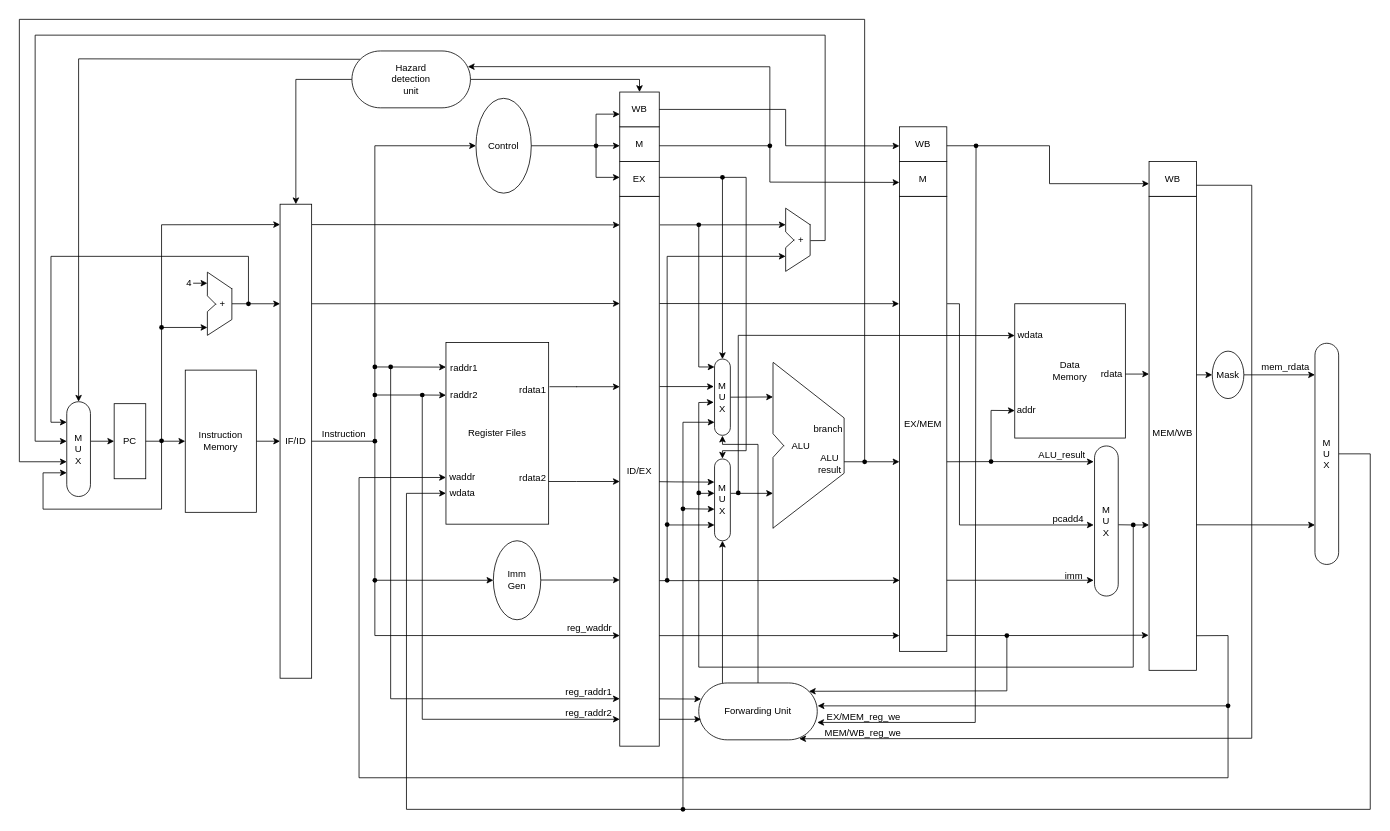
Before: CPU2.0 pipeline.drawio in Briarcresy/2026-IC-contest-JYD, a draw.io diagram. Source tidied: cells renumbered, new cells numbered last; positions are measured from the earlier drawing's top-left corner, leaving out a move shared by most shapes. Both pictures are drawn from the tidied source at 79%, with x=0, y=0 at pixel (19, 19).
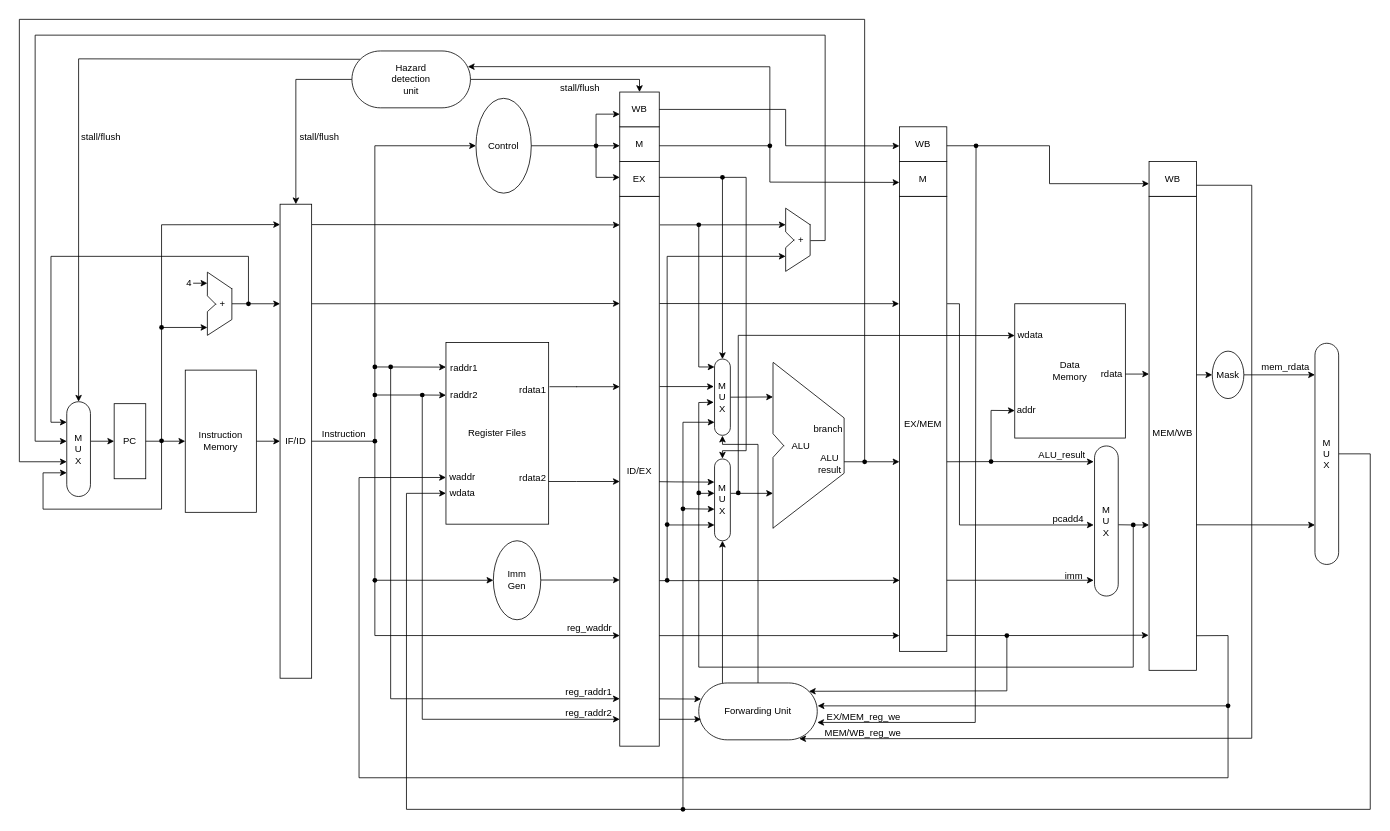
The same page after the edit.

What changed in the source:
```diff
@@
+    <mxCell id="194" value="stall/flush" style="text;strokeColor=none;align=center;fillColor=none;html=1;verticalAlign=middle;whiteSpace=wrap;rounded=0;" parent="1" vertex="1">
+      <mxGeometry x="350" y="139" width="60" height="20" as="geometry" />
+    </mxCell>
+    <mxCell id="195" value="stall/flush" style="text;strokeColor=none;align=center;fillColor=none;html=1;verticalAlign=middle;whiteSpace=wrap;rounded=0;" parent="1" vertex="1">
+      <mxGeometry x="76" y="136" width="55" height="26" as="geometry" />
+    </mxCell>
+    <mxCell id="196" value="stall/flush" style="text;strokeColor=none;align=center;fillColor=none;html=1;verticalAlign=middle;whiteSpace=wrap;rounded=0;" parent="1" vertex="1">
+      <mxGeometry x="680" y="74" width="60" height="26" as="geometry" />
+    </mxCell>
```
